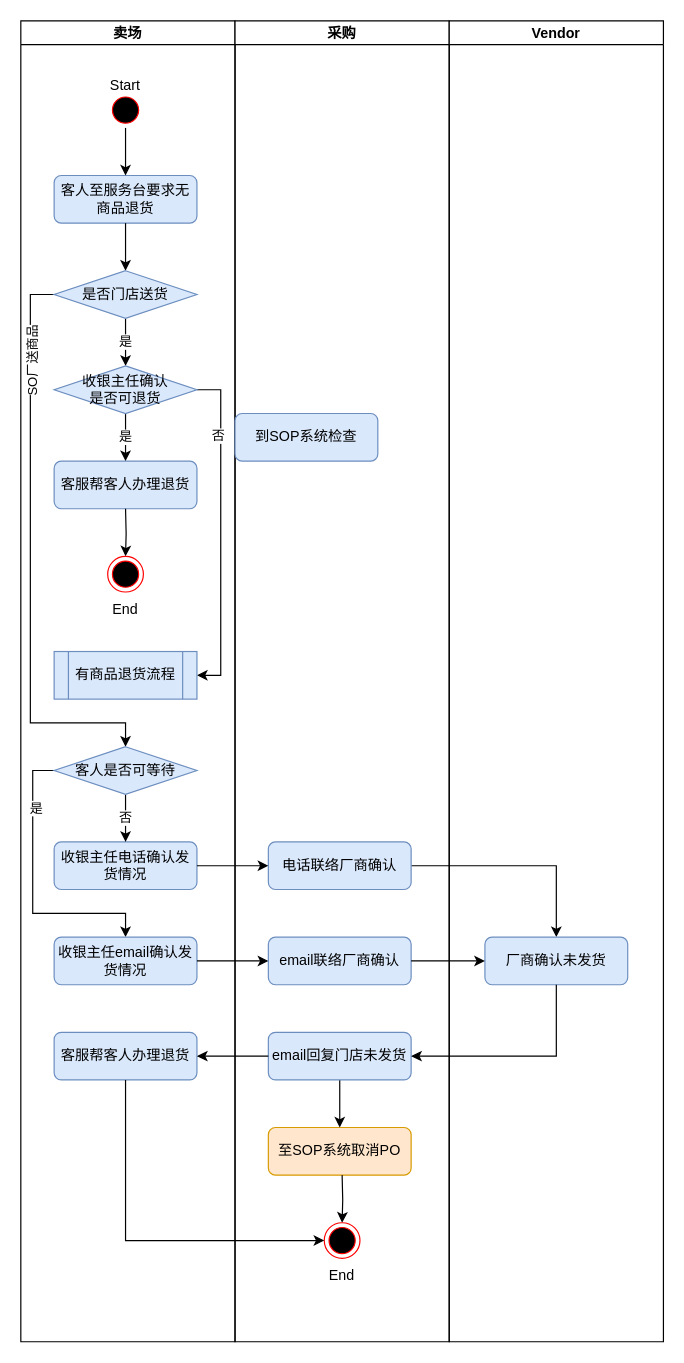
luss613/draw.io keeps this draw.io diagram as page "SO无商品退货业务流程" (6 of 7) of Special Order.drawio. Above is the earlier version. Source tidied: cells renumbered, new cells numbered last; positions are measured from the earlier drawing's top-left corner, leaving out a move shared by most shapes. Both pictures are drawn from the tidied source at 119%, with x=0, y=0 at pixel (20, 20).
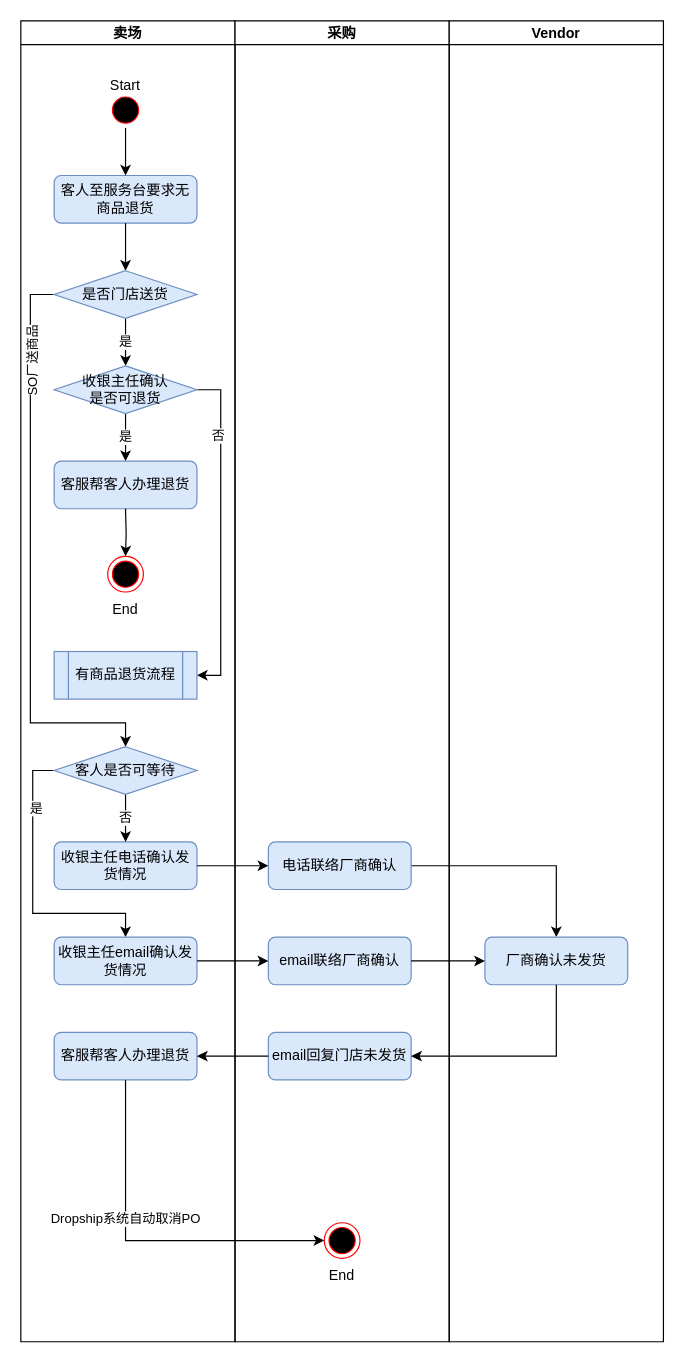
The same diagram, later.

The change refers to these unchanged cells:
```xml
<mxCell id="29" value="采购" style="swimlane;startSize=20;" parent="1" vertex="1">
  <mxGeometry x="180" width="180" height="1110" as="geometry" />
</mxCell>
<mxCell id="33" style="ellipse;html=1;shape=endState;fillColor=#000000;strokeColor=#ff0000;" parent="29" vertex="1">
  <mxGeometry x="75" y="1010" width="30" height="30" as="geometry" />
</mxCell>
<mxCell id="37" value="email回复门店未发货" style="rounded=1;whiteSpace=wrap;html=1;fontSize=12;glass=0;strokeWidth=1;shadow=0;fillColor=#dae8fc;strokeColor=#6c8ebf;" parent="29" vertex="1">
  <mxGeometry x="28" y="850" width="120" height="40" as="geometry" />
</mxCell>
<mxCell id="46" style="edgeStyle=orthogonalEdgeStyle;rounded=0;jettySize=auto;html=1;entryX=0;entryY=0.5;entryDx=0;entryDy=0;exitX=0.5;exitY=1;exitDx=0;exitDy=0;" parent="1" edge="1" source="28" target="33">
  <mxGeometry relative="1" as="geometry" />
</mxCell>
```

Diff of the diagram source:
```diff
@@
-    <mxCell id="31" value="至SOP系统取消PO" style="rounded=1;whiteSpace=wrap;html=1;fontSize=12;glass=0;strokeWidth=1;shadow=0;fillColor=#ffe6cc;strokeColor=#d79b00;" parent="29" vertex="1">
-      <mxGeometry x="28" y="930" width="120" height="40" as="geometry" />
-    </mxCell>
-    <mxCell id="32" style="edgeStyle=orthogonalEdgeStyle;rounded=0;jettySize=auto;html=1;entryX=0.5;entryY=0;entryDx=0;entryDy=0;" parent="29" edge="1" target="33">
-      <mxGeometry relative="1" as="geometry">
-        <mxPoint x="90" y="970" as="sourcePoint" />
-      </mxGeometry>
-    </mxCell>
@@
-    <mxCell id="36" style="edgeStyle=orthogonalEdgeStyle;rounded=0;jettySize=auto;html=1;" parent="29" edge="1" source="37" target="31">
-      <mxGeometry relative="1" as="geometry" />
-    </mxCell>
@@
-    <mxCell id="38" value="到SOP系统检查" style="rounded=1;whiteSpace=wrap;html=1;fontSize=12;glass=0;strokeWidth=1;shadow=0;fillColor=#dae8fc;strokeColor=#6c8ebf;" parent="29" vertex="1">
-      <mxGeometry y="330" width="120" height="40" as="geometry" />
-    </mxCell>
@@
+    <mxCell id="47" value="Dropship系统自动取消PO" style="edgeLabel;html=1;align=center;verticalAlign=middle;" parent="46" vertex="1">
+      <mxGeometry x="-0.23" y="-1" relative="1" as="geometry" />
+    </mxCell>
```
